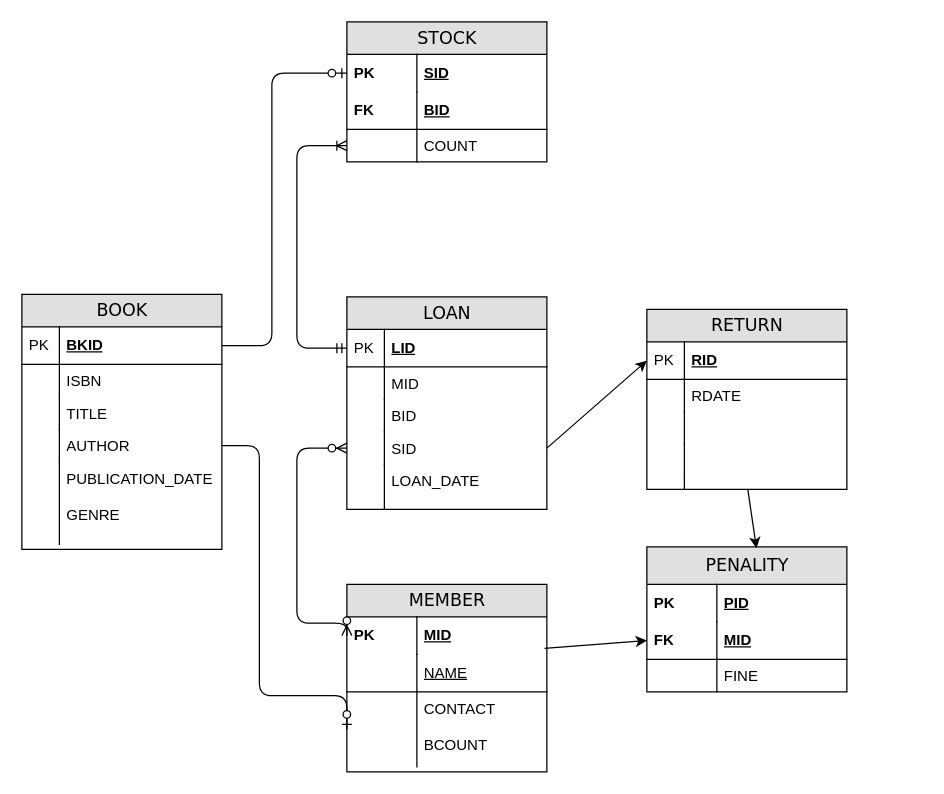
This is erdiagram.drawio from kaushik315/MScComputingDS, a draw.io file, before an edit. Source tidied: cells renumbered, new cells numbered last; positions are measured from the earlier drawing's top-left corner, leaving out a move shared by most shapes. Both pictures are drawn from the tidied source at 125%, with x=0, y=0 at pixel (21, 21).
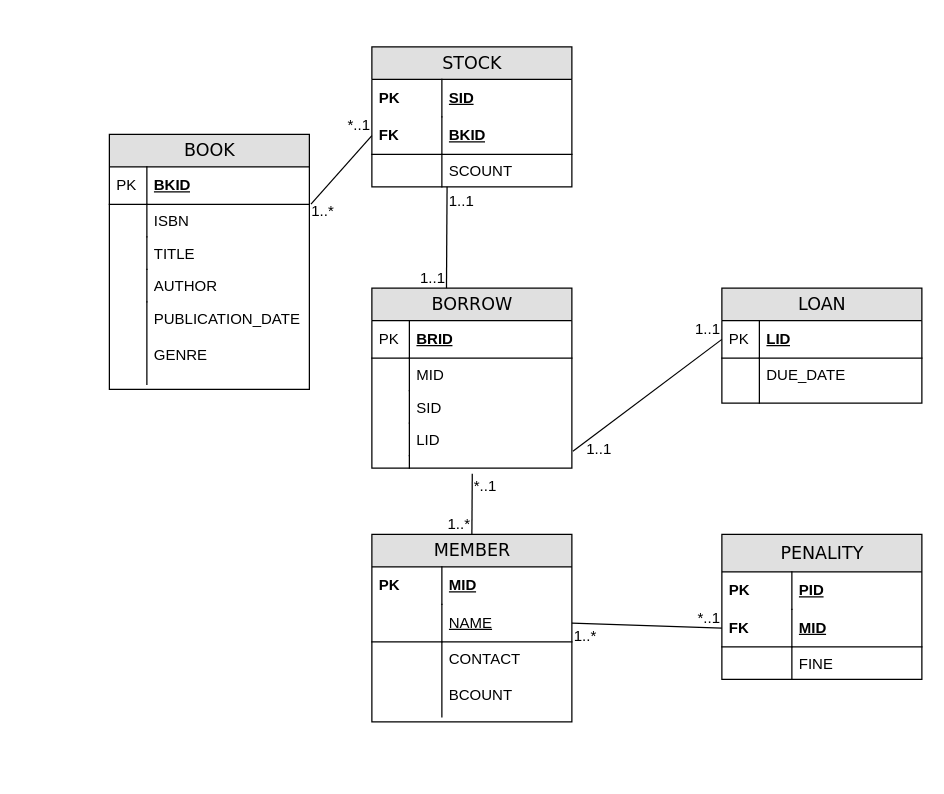
The same diagram, later.

Unchanged cells that the change refers to:
```xml
<mxCell id="3" value="SID" style="shape=partialRectangle;top=0;left=0;right=0;bottom=0;html=1;align=left;verticalAlign=middle;fillColor=none;spacingLeft=60;spacingRight=4;whiteSpace=wrap;overflow=hidden;points=[[0,0.5],[1,0.5]];portConstraint=eastwest;fontStyle=5;" parent="2" vertex="1">
  <mxGeometry y="26" width="160" height="30" as="geometry" />
</mxCell>
<mxCell id="10" value="LID" style="shape=partialRectangle;top=0;left=0;right=0;bottom=1;html=1;align=left;verticalAlign=middle;fillColor=none;spacingLeft=34;spacingRight=4;whiteSpace=wrap;overflow=hidden;points=[[0,0.5],[1,0.5]];portConstraint=eastwest;fontStyle=5;" parent="9" vertex="1">
  <mxGeometry y="26" width="160" height="30" as="geometry" />
</mxCell>
<mxCell id="32" value="MID" style="shape=partialRectangle;top=0;left=0;right=0;bottom=0;html=1;align=left;verticalAlign=middle;fillColor=none;spacingLeft=60;spacingRight=4;whiteSpace=wrap;overflow=hidden;points=[[0,0.5],[1,0.5]];portConstraint=eastwest;fontStyle=5;" parent="31" vertex="1">
  <mxGeometry y="26" width="160" height="30" as="geometry" />
</mxCell>
<mxCell id="34" value="&lt;span style=&quot;font-weight: normal;&quot;&gt;NAME&lt;/span&gt;" style="shape=partialRectangle;top=0;left=0;right=0;bottom=1;html=1;align=left;verticalAlign=middle;fillColor=none;spacingLeft=60;spacingRight=4;whiteSpace=wrap;overflow=hidden;points=[[0,0.5],[1,0.5]];portConstraint=eastwest;fontStyle=5;" parent="31" vertex="1">
  <mxGeometry y="56" width="160" height="30" as="geometry" />
</mxCell>
<mxCell id="36" value="CONTACT&lt;br&gt;&lt;br&gt;BCOUNT" style="shape=partialRectangle;top=0;left=0;right=0;bottom=0;html=1;align=left;verticalAlign=top;fillColor=none;spacingLeft=60;spacingRight=4;whiteSpace=wrap;overflow=hidden;points=[[0,0.5],[1,0.5]];portConstraint=eastwest;" parent="31" vertex="1">
  <mxGeometry y="86" width="160" height="60" as="geometry" />
</mxCell>
<mxCell id="43" value="MID" style="shape=partialRectangle;top=0;left=0;right=0;bottom=1;html=1;align=left;verticalAlign=middle;fillColor=none;spacingLeft=60;spacingRight=4;whiteSpace=wrap;overflow=hidden;points=[[0,0.5],[1,0.5]];portConstraint=eastwest;fontStyle=5;" parent="40" vertex="1">
  <mxGeometry y="60" width="160" height="30" as="geometry" />
</mxCell>
<mxCell id="49" value="BKID" style="shape=partialRectangle;top=0;left=0;right=0;bottom=1;html=1;align=left;verticalAlign=middle;fillColor=none;spacingLeft=34;spacingRight=4;whiteSpace=wrap;overflow=hidden;points=[[0,0.5],[1,0.5]];portConstraint=eastwest;fontStyle=5;" parent="48" vertex="1">
  <mxGeometry y="26" width="160" height="30" as="geometry" />
</mxCell>
<mxCell id="51" value="ISBN" style="shape=partialRectangle;top=0;left=0;right=0;bottom=0;html=1;align=left;verticalAlign=top;fillColor=none;spacingLeft=34;spacingRight=4;whiteSpace=wrap;overflow=hidden;points=[[0,0.5],[1,0.5]];portConstraint=eastwest;" parent="48" vertex="1">
  <mxGeometry y="56" width="160" height="26" as="geometry" />
</mxCell>
<mxCell id="55" value="AUTHOR" style="shape=partialRectangle;top=0;left=0;right=0;bottom=0;html=1;align=left;verticalAlign=top;fillColor=none;spacingLeft=34;spacingRight=4;whiteSpace=wrap;overflow=hidden;points=[[0,0.5],[1,0.5]];portConstraint=eastwest;" parent="48" vertex="1">
  <mxGeometry y="108" width="160" height="26" as="geometry" />
</mxCell>
```

The edit, as a diff of the source:
```diff
@@
     <mxCell id="2" value="STOCK" style="swimlane;html=1;fontStyle=0;horizontal=1;startSize=26;fillColor=#e0e0e0;swimlaneFillColor=#ffffff;align=center;rounded=0;shadow=0;comic=0;labelBackgroundColor=none;strokeWidth=1;fontFamily=Verdana;fontSize=14;" parent="1" vertex="1">
-      <mxGeometry x="260" width="160" height="112" as="geometry" />
+      <mxGeometry x="280" y="20" width="160" height="112" as="geometry" />
     </mxCell>
@@
-    <mxCell id="5" value="BID" style="shape=partialRectangle;top=0;left=0;right=0;bottom=1;html=1;align=left;verticalAlign=middle;fillColor=none;spacingLeft=60;spacingRight=4;whiteSpace=wrap;overflow=hidden;points=[[0,0.5],[1,0.5]];portConstraint=eastwest;fontStyle=5;" parent="2" vertex="1">
+    <mxCell id="5" value="BKID" style="shape=partialRectangle;top=0;left=0;right=0;bottom=1;html=1;align=left;verticalAlign=middle;fillColor=none;spacingLeft=60;spacingRight=4;whiteSpace=wrap;overflow=hidden;points=[[0,0.5],[1,0.5]];portConstraint=eastwest;fontStyle=5;" parent="2" vertex="1">
       <mxGeometry y="56" width="160" height="30" as="geometry" />
     </mxCell>
@@
-    <mxCell id="7" value="COUNT" style="shape=partialRectangle;top=0;left=0;right=0;bottom=0;html=1;align=left;verticalAlign=top;fillColor=none;spacingLeft=60;spacingRight=4;whiteSpace=wrap;overflow=hidden;points=[[0,0.5],[1,0.5]];portConstraint=eastwest;" parent="2" vertex="1">
+    <mxCell id="7" value="SCOUNT" style="shape=partialRectangle;top=0;left=0;right=0;bottom=0;html=1;align=left;verticalAlign=top;fillColor=none;spacingLeft=60;spacingRight=4;whiteSpace=wrap;overflow=hidden;points=[[0,0.5],[1,0.5]];portConstraint=eastwest;" parent="2" vertex="1">
       <mxGeometry y="86" width="160" height="26" as="geometry" />
     </mxCell>
@@
     <mxCell id="9" value="LOAN" style="swimlane;html=1;fontStyle=0;horizontal=1;startSize=26;fillColor=#e0e0e0;swimlaneFillColor=#ffffff;align=center;rounded=0;shadow=0;comic=0;labelBackgroundColor=none;strokeWidth=1;fontFamily=Verdana;fontSize=14;" parent="1" vertex="1">
-      <mxGeometry x="260" y="220" width="160" height="170" as="geometry" />
+      <mxGeometry x="560" y="213" width="160" height="92" as="geometry" />
     </mxCell>
@@
-    <mxCell id="12" value="MID" style="shape=partialRectangle;top=0;left=0;right=0;bottom=0;html=1;align=left;verticalAlign=top;fillColor=none;spacingLeft=34;spacingRight=4;whiteSpace=wrap;overflow=hidden;" parent="9" vertex="1">
-      <mxGeometry y="56" width="160" height="26" as="geometry" />
-    </mxCell>
-    <mxCell id="13" style="shape=partialRectangle;top=0;left=0;bottom=0;html=1;fillColor=none;align=left;verticalAlign=top;spacingLeft=4;spacingRight=4;whiteSpace=wrap;overflow=hidden;" parent="12" vertex="1">
-      <mxGeometry width="30" height="26" as="geometry" />
-    </mxCell>
-    <mxCell id="14" value="BID" style="shape=partialRectangle;top=0;left=0;right=0;bottom=0;html=1;align=left;verticalAlign=top;fillColor=none;spacingLeft=34;spacingRight=4;whiteSpace=wrap;overflow=hidden;" parent="9" vertex="1">
-      <mxGeometry y="82" width="160" height="26" as="geometry" />
-    </mxCell>
-    <mxCell id="15" style="shape=partialRectangle;top=0;left=0;bottom=0;html=1;fillColor=none;align=left;verticalAlign=top;spacingLeft=4;spacingRight=4;whiteSpace=wrap;overflow=hidden;" parent="14" vertex="1">
-      <mxGeometry width="30" height="26" as="geometry" />
-    </mxCell>
-    <mxCell id="16" value="SID" style="shape=partialRectangle;top=0;left=0;right=0;bottom=0;html=1;align=left;verticalAlign=top;fillColor=none;spacingLeft=34;spacingRight=4;whiteSpace=wrap;overflow=hidden;points=[[0,0.5],[1,0.5]];portConstraint=eastwest;" parent="9" vertex="1">
-      <mxGeometry y="108" width="160" height="26" as="geometry" />
-    </mxCell>
-    <mxCell id="17" style="shape=partialRectangle;top=0;left=0;bottom=0;html=1;fillColor=none;align=left;verticalAlign=top;spacingLeft=4;spacingRight=4;whiteSpace=wrap;overflow=hidden;" parent="16" vertex="1">
-      <mxGeometry width="30" height="26" as="geometry" />
-    </mxCell>
-    <mxCell id="18" value="LOAN_DATE" style="shape=partialRectangle;top=0;left=0;right=0;bottom=0;html=1;align=left;verticalAlign=top;fillColor=none;spacingLeft=34;spacingRight=4;whiteSpace=wrap;overflow=hidden;" parent="9" vertex="1">
-      <mxGeometry y="134" width="160" height="36" as="geometry" />
+    <mxCell id="18" value="DUE_DATE" style="shape=partialRectangle;top=0;left=0;right=0;bottom=0;html=1;align=left;verticalAlign=top;fillColor=none;spacingLeft=34;spacingRight=4;whiteSpace=wrap;overflow=hidden;" parent="9" vertex="1">
+      <mxGeometry y="56" width="160" height="36" as="geometry" />
     </mxCell>
@@
-    <mxCell id="20" value="RETURN" style="swimlane;html=1;fontStyle=0;horizontal=1;startSize=26;fillColor=#e0e0e0;swimlaneFillColor=#ffffff;align=center;rounded=0;shadow=0;comic=0;labelBackgroundColor=none;strokeWidth=1;fontFamily=Verdana;fontSize=14;" parent="1" vertex="1">
-      <mxGeometry x="500" y="230" width="160" height="144" as="geometry" />
-    </mxCell>
-    <mxCell id="21" value="RID" style="shape=partialRectangle;top=0;left=0;right=0;bottom=1;html=1;align=left;verticalAlign=middle;fillColor=none;spacingLeft=34;spacingRight=4;whiteSpace=wrap;overflow=hidden;points=[[0,0.5],[1,0.5]];portConstraint=eastwest;fontStyle=5;" parent="20" vertex="1">
-      <mxGeometry y="26" width="160" height="30" as="geometry" />
-    </mxCell>
-    <mxCell id="22" value="PK" style="shape=partialRectangle;top=0;left=0;bottom=0;html=1;fillColor=none;align=left;verticalAlign=middle;spacingLeft=4;spacingRight=4;whiteSpace=wrap;overflow=hidden;" parent="21" vertex="1">
-      <mxGeometry width="30" height="30" as="geometry" />
-    </mxCell>
-    <mxCell id="23" value="RDATE" style="shape=partialRectangle;top=0;left=0;right=0;bottom=0;html=1;align=left;verticalAlign=top;fillColor=none;spacingLeft=34;spacingRight=4;whiteSpace=wrap;overflow=hidden;" parent="20" vertex="1">
-      <mxGeometry y="56" width="160" height="26" as="geometry" />
-    </mxCell>
-    <mxCell id="24" style="shape=partialRectangle;top=0;left=0;bottom=0;html=1;fillColor=none;align=left;verticalAlign=top;spacingLeft=4;spacingRight=4;whiteSpace=wrap;overflow=hidden;" parent="23" vertex="1">
-      <mxGeometry width="30" height="26" as="geometry" />
-    </mxCell>
-    <mxCell id="25" style="shape=partialRectangle;top=0;left=0;right=0;bottom=0;html=1;align=left;verticalAlign=top;fillColor=none;spacingLeft=34;spacingRight=4;whiteSpace=wrap;overflow=hidden;" parent="20" vertex="1">
-      <mxGeometry y="82" width="160" height="26" as="geometry" />
-    </mxCell>
-    <mxCell id="26" style="shape=partialRectangle;top=0;left=0;bottom=0;html=1;fillColor=none;align=left;verticalAlign=top;spacingLeft=4;spacingRight=4;whiteSpace=wrap;overflow=hidden;" parent="25" vertex="1">
-      <mxGeometry width="30" height="26" as="geometry" />
-    </mxCell>
-    <mxCell id="27" style="shape=partialRectangle;top=0;left=0;right=0;bottom=0;html=1;align=left;verticalAlign=top;fillColor=none;spacingLeft=34;spacingRight=4;whiteSpace=wrap;overflow=hidden;" parent="20" vertex="1">
-      <mxGeometry y="108" width="160" height="26" as="geometry" />
-    </mxCell>
-    <mxCell id="28" style="shape=partialRectangle;top=0;left=0;bottom=0;html=1;fillColor=none;align=left;verticalAlign=top;spacingLeft=4;spacingRight=4;whiteSpace=wrap;overflow=hidden;" parent="27" vertex="1">
-      <mxGeometry width="30" height="26" as="geometry" />
-    </mxCell>
-    <mxCell id="29" style="shape=partialRectangle;top=0;left=0;right=0;bottom=0;html=1;align=left;verticalAlign=top;fillColor=none;spacingLeft=34;spacingRight=4;whiteSpace=wrap;overflow=hidden;points=[[0,0.5],[1,0.5]];portConstraint=eastwest;" parent="20" vertex="1">
-      <mxGeometry y="134" width="160" height="10" as="geometry" />
-    </mxCell>
-    <mxCell id="30" style="shape=partialRectangle;top=0;left=0;bottom=0;html=1;fillColor=none;align=left;verticalAlign=top;spacingLeft=4;spacingRight=4;whiteSpace=wrap;overflow=hidden;" parent="29" vertex="1">
-      <mxGeometry width="30" height="10" as="geometry" />
-    </mxCell>
     <mxCell id="31" value="MEMBER" style="swimlane;html=1;fontStyle=0;horizontal=1;startSize=26;fillColor=#e0e0e0;swimlaneFillColor=#ffffff;align=center;rounded=0;shadow=0;comic=0;labelBackgroundColor=none;strokeWidth=1;fontFamily=Verdana;fontSize=14;" parent="1" vertex="1">
-      <mxGeometry x="260" y="450" width="160" height="150" as="geometry" />
+      <mxGeometry x="280" y="410" width="160" height="150" as="geometry" />
     </mxCell>
@@
-    <mxCell id="38" style="edgeStyle=orthogonalEdgeStyle;html=1;endArrow=ERoneToMany;startArrow=ERmandOne;labelBackgroundColor=none;fontFamily=Verdana;fontSize=14;entryX=0;entryY=0.5;exitX=0;exitY=0.5;" parent="1" edge="1" source="10" target="7">
-      <mxGeometry relative="1" as="geometry">
-        <Array as="points">
-          <mxPoint x="220" y="261" />
-          <mxPoint x="220" y="99" />
-        </Array>
-      </mxGeometry>
-    </mxCell>
-    <mxCell id="39" style="edgeStyle=orthogonalEdgeStyle;html=1;endArrow=ERzeroToMany;endFill=1;startArrow=ERzeroToMany;labelBackgroundColor=none;fontFamily=Verdana;fontSize=14;entryX=0;entryY=0.5;exitX=0;exitY=0.5;" parent="1" edge="1" source="32" target="16">
-      <mxGeometry relative="1" as="geometry">
-        <Array as="points">
-          <mxPoint x="220" y="481" />
-          <mxPoint x="220" y="341" />
-        </Array>
-      </mxGeometry>
-    </mxCell>
     <mxCell id="40" value="PENALITY" style="swimlane;html=1;fontStyle=0;horizontal=1;startSize=30;fillColor=#e0e0e0;swimlaneFillColor=#ffffff;align=center;rounded=0;shadow=0;comic=0;labelBackgroundColor=none;strokeWidth=1;fontFamily=Verdana;fontSize=14;" parent="1" vertex="1">
-      <mxGeometry x="500" y="420" width="160" height="116" as="geometry" />
+      <mxGeometry x="560" y="410" width="160" height="116" as="geometry" />
     </mxCell>
@@
-    <mxCell id="47" style="edgeStyle=orthogonalEdgeStyle;rounded=0;jettySize=auto;html=1;exitX=0.5;exitY=1;exitDx=0;exitDy=0;" parent="1" edge="1" source="48">
-      <mxGeometry relative="1" as="geometry">
-        <mxPoint x="80.3" y="388.3" as="targetPoint" />
-      </mxGeometry>
-    </mxCell>
     <mxCell id="48" value="BOOK" style="swimlane;html=1;fontStyle=0;horizontal=1;startSize=26;fillColor=#e0e0e0;swimlaneFillColor=#ffffff;align=center;rounded=0;shadow=0;comic=0;labelBackgroundColor=none;strokeWidth=1;fontFamily=Verdana;fontSize=14;" parent="1" vertex="1">
-      <mxGeometry y="218" width="160" height="204" as="geometry" />
+      <mxGeometry x="70" y="90" width="160" height="204" as="geometry" />
     </mxCell>
@@
-    <mxCell id="59" style="edgeStyle=orthogonalEdgeStyle;html=1;endArrow=ERzeroToOne;endFill=1;labelBackgroundColor=none;fontFamily=Verdana;fontSize=14;entryX=0;entryY=0.5;exitX=1;exitY=0.5;" parent="1" edge="1" source="49" target="3">
-      <mxGeometry relative="1" as="geometry">
-        <Array as="points">
-          <mxPoint x="200" y="259" />
-          <mxPoint x="200" y="41" />
-        </Array>
-      </mxGeometry>
-    </mxCell>
-    <mxCell id="60" style="edgeStyle=orthogonalEdgeStyle;html=1;endArrow=ERzeroToOne;endFill=1;labelBackgroundColor=none;fontFamily=Verdana;fontSize=14;entryX=0;entryY=0.5;exitX=1;exitY=0.5;" parent="1" edge="1" source="55" target="36">
-      <mxGeometry relative="1" as="geometry">
-        <Array as="points">
-          <mxPoint x="190" y="339" />
-          <mxPoint x="190" y="539" />
-        </Array>
-      </mxGeometry>
-    </mxCell>
-    <mxCell id="61" style="edgeStyle=none;rounded=0;jettySize=auto;html=1;exitX=1;exitY=0.5;exitDx=0;exitDy=0;entryX=0;entryY=0.5;entryDx=0;entryDy=0;" parent="1" edge="1" source="16" target="21">
-      <mxGeometry relative="1" as="geometry" />
-    </mxCell>
-    <mxCell id="62" style="edgeStyle=none;rounded=0;jettySize=auto;html=1;entryX=0;entryY=0.5;entryDx=0;entryDy=0;exitX=0.988;exitY=0.838;exitDx=0;exitDy=0;exitPerimeter=0;" parent="1" edge="1" source="32" target="43">
-      <mxGeometry relative="1" as="geometry" />
-    </mxCell>
-    <mxCell id="63" style="edgeStyle=none;rounded=0;jettySize=auto;html=1;entryX=0.548;entryY=0.01;entryDx=0;entryDy=0;entryPerimeter=0;" parent="1" edge="1" source="29" target="40">
-      <mxGeometry relative="1" as="geometry" />
-    </mxCell>
+    <mxCell id="64" value="BORROW" style="swimlane;html=1;fontStyle=0;horizontal=1;startSize=26;fillColor=#e0e0e0;swimlaneFillColor=#ffffff;align=center;rounded=0;shadow=0;comic=0;labelBackgroundColor=none;strokeWidth=1;fontFamily=Verdana;fontSize=14;" parent="1" vertex="1">
+      <mxGeometry x="280" y="213" width="160" height="144" as="geometry" />
+    </mxCell>
+    <mxCell id="65" value="BRID" style="shape=partialRectangle;top=0;left=0;right=0;bottom=1;html=1;align=left;verticalAlign=middle;fillColor=none;spacingLeft=34;spacingRight=4;whiteSpace=wrap;overflow=hidden;fontStyle=5;" parent="64" vertex="1">
+      <mxGeometry y="26" width="160" height="30" as="geometry" />
+    </mxCell>
+    <mxCell id="22" value="PK" style="shape=partialRectangle;top=0;left=0;bottom=0;html=1;fillColor=none;align=left;verticalAlign=middle;spacingLeft=4;spacingRight=4;whiteSpace=wrap;overflow=hidden;" parent="65" vertex="1">
+      <mxGeometry width="30" height="30" as="geometry" />
+    </mxCell>
+    <mxCell id="12" value="MID" style="shape=partialRectangle;top=0;left=0;right=0;bottom=0;html=1;align=left;verticalAlign=top;fillColor=none;spacingLeft=34;spacingRight=4;whiteSpace=wrap;overflow=hidden;" parent="64" vertex="1">
+      <mxGeometry y="56" width="160" height="26" as="geometry" />
+    </mxCell>
+    <mxCell id="66" style="shape=partialRectangle;top=0;left=0;bottom=0;html=1;fillColor=none;align=left;verticalAlign=top;spacingLeft=4;spacingRight=4;whiteSpace=wrap;overflow=hidden;" parent="12" vertex="1">
+      <mxGeometry width="30" height="26" as="geometry" />
+    </mxCell>
+    <mxCell id="16" value="SID" style="shape=partialRectangle;top=0;left=0;right=0;bottom=0;html=1;align=left;verticalAlign=top;fillColor=none;spacingLeft=34;spacingRight=4;whiteSpace=wrap;overflow=hidden;points=[[0,0.5],[1,0.5]];portConstraint=eastwest;" parent="64" vertex="1">
+      <mxGeometry y="82" width="160" height="26" as="geometry" />
+    </mxCell>
+    <mxCell id="67" style="shape=partialRectangle;top=0;left=0;bottom=0;html=1;fillColor=none;align=left;verticalAlign=top;spacingLeft=4;spacingRight=4;whiteSpace=wrap;overflow=hidden;" parent="16" vertex="1">
+      <mxGeometry width="30" height="26" as="geometry" />
+    </mxCell>
+    <mxCell id="68" value="LID" style="shape=partialRectangle;top=0;left=0;right=0;bottom=0;html=1;align=left;verticalAlign=top;fillColor=none;spacingLeft=34;spacingRight=4;whiteSpace=wrap;overflow=hidden;points=[[0,0.5],[1,0.5]];portConstraint=eastwest;" parent="64" vertex="1">
+      <mxGeometry y="108" width="160" height="26" as="geometry" />
+    </mxCell>
+    <mxCell id="69" style="shape=partialRectangle;top=0;left=0;bottom=0;html=1;fillColor=none;align=left;verticalAlign=top;spacingLeft=4;spacingRight=4;whiteSpace=wrap;overflow=hidden;" parent="68" vertex="1">
+      <mxGeometry width="30" height="26" as="geometry" />
+    </mxCell>
+    <mxCell id="29" style="shape=partialRectangle;top=0;left=0;right=0;bottom=0;html=1;align=left;verticalAlign=top;fillColor=none;spacingLeft=34;spacingRight=4;whiteSpace=wrap;overflow=hidden;points=[[0,0.5],[1,0.5]];portConstraint=eastwest;" parent="64" vertex="1">
+      <mxGeometry y="134" width="160" height="10" as="geometry" />
+    </mxCell>
+    <mxCell id="30" style="shape=partialRectangle;top=0;left=0;bottom=0;html=1;fillColor=none;align=left;verticalAlign=top;spacingLeft=4;spacingRight=4;whiteSpace=wrap;overflow=hidden;" parent="29" vertex="1">
+      <mxGeometry width="30" height="10" as="geometry" />
+    </mxCell>
+    <mxCell id="70" style="endArrow=none;html=1;rounded=0;entryX=0;entryY=0.5;entryDx=0;entryDy=0;exitX=1;exitY=0.5;exitDx=0;exitDy=0;" parent="1" edge="1" source="34" target="43">
+      <mxGeometry relative="1" as="geometry" />
+    </mxCell>
+    <mxCell id="71" value="1..*" style="html=1;whiteSpace=wrap;align=left;verticalAlign=bottom;" parent="70" vertex="1">
+      <mxGeometry x="-1" relative="1" as="geometry">
+        <mxPoint y="19" as="offset" />
+      </mxGeometry>
+    </mxCell>
+    <mxCell id="72" value="*..1" style="html=1;whiteSpace=wrap;align=right;verticalAlign=bottom;" parent="70" vertex="1">
+      <mxGeometry x="1" relative="1" as="geometry" />
+    </mxCell>
+    <mxCell id="73" style="endArrow=none;html=1;rounded=0;entryX=0.5;entryY=0;entryDx=0;entryDy=0;exitX=0.502;exitY=1.442;exitDx=0;exitDy=0;exitPerimeter=0;" parent="1" edge="1" source="29" target="31">
+      <mxGeometry relative="1" as="geometry" />
+    </mxCell>
+    <mxCell id="74" value="*..1" style="html=1;whiteSpace=wrap;align=left;verticalAlign=bottom;" parent="73" vertex="1">
+      <mxGeometry x="-1" relative="1" as="geometry">
+        <mxPoint y="19" as="offset" />
+      </mxGeometry>
+    </mxCell>
+    <mxCell id="75" value="1..*" style="html=1;whiteSpace=wrap;align=right;verticalAlign=bottom;" parent="73" vertex="1">
+      <mxGeometry x="1" relative="1" as="geometry" />
+    </mxCell>
+    <mxCell id="76" style="endArrow=none;html=1;rounded=0;exitX=0.376;exitY=0.996;exitDx=0;exitDy=0;exitPerimeter=0;entryX=0.373;entryY=0;entryDx=0;entryDy=0;entryPerimeter=0;" parent="1" edge="1" source="7" target="64">
+      <mxGeometry relative="1" as="geometry" />
+    </mxCell>
+    <mxCell id="77" value="1..1" style="html=1;whiteSpace=wrap;align=left;verticalAlign=bottom;" parent="76" vertex="1">
+      <mxGeometry x="-1" relative="1" as="geometry">
+        <mxPoint y="20" as="offset" />
+      </mxGeometry>
+    </mxCell>
+    <mxCell id="78" value="1..1" style="html=1;whiteSpace=wrap;align=right;verticalAlign=bottom;" parent="76" vertex="1">
+      <mxGeometry x="1" relative="1" as="geometry" />
+    </mxCell>
+    <mxCell id="79" style="endArrow=none;html=1;rounded=0;exitX=1.008;exitY=-0.006;exitDx=0;exitDy=0;exitPerimeter=0;entryX=0;entryY=0.5;entryDx=0;entryDy=0;" parent="1" edge="1" source="51" target="5">
+      <mxGeometry relative="1" as="geometry" />
+    </mxCell>
+    <mxCell id="80" value="1..*" style="html=1;whiteSpace=wrap;align=left;verticalAlign=bottom;" parent="79" vertex="1">
+      <mxGeometry x="-1" relative="1" as="geometry">
+        <mxPoint x="-1" y="14" as="offset" />
+      </mxGeometry>
+    </mxCell>
+    <mxCell id="81" value="*..1" style="html=1;whiteSpace=wrap;align=right;verticalAlign=bottom;" parent="79" vertex="1">
+      <mxGeometry x="1" relative="1" as="geometry" />
+    </mxCell>
+    <mxCell id="82" style="endArrow=none;html=1;rounded=0;exitX=1.005;exitY=0.866;exitDx=0;exitDy=0;exitPerimeter=0;entryX=0;entryY=0.5;entryDx=0;entryDy=0;" parent="1" edge="1" source="68" target="10">
+      <mxGeometry relative="1" as="geometry" />
+    </mxCell>
+    <mxCell id="83" value="1..1" style="html=1;whiteSpace=wrap;align=left;verticalAlign=bottom;" parent="82" vertex="1">
+      <mxGeometry x="-1" relative="1" as="geometry">
+        <mxPoint x="9" y="6" as="offset" />
+      </mxGeometry>
+    </mxCell>
+    <mxCell id="84" value="1..1" style="html=1;whiteSpace=wrap;align=right;verticalAlign=bottom;" parent="82" vertex="1">
+      <mxGeometry x="1" relative="1" as="geometry" />
+    </mxCell>
```
